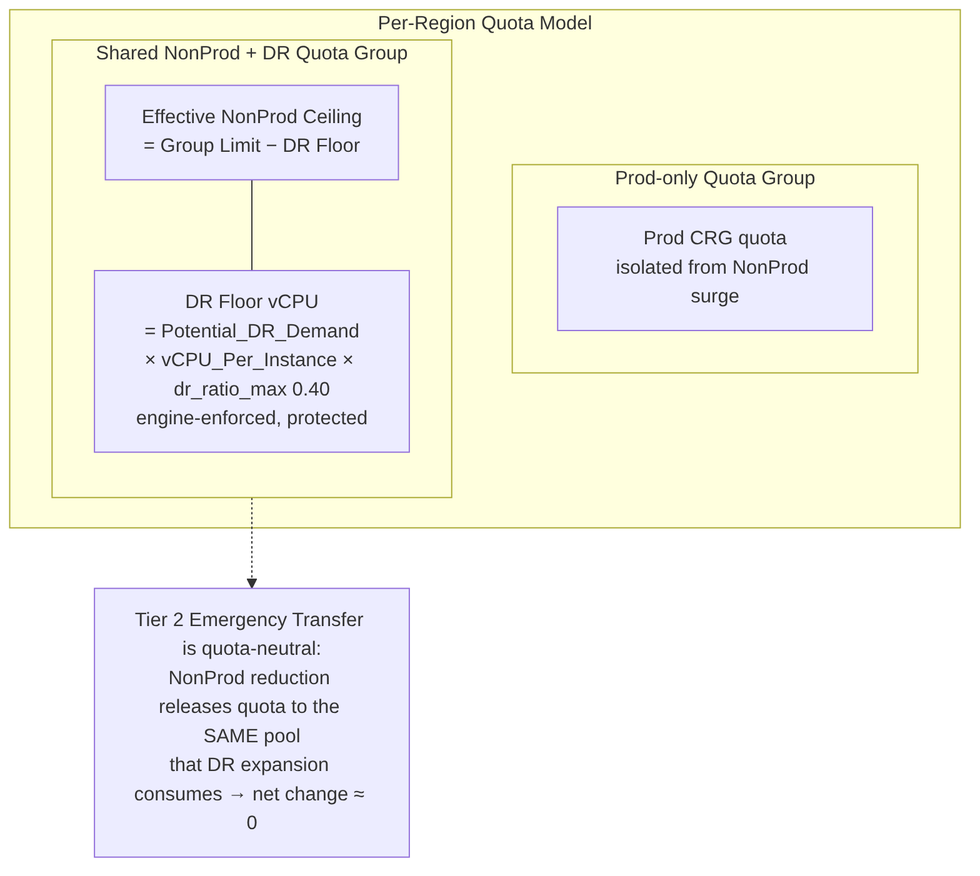
Before: docs/adr/diagrams/adr002_quota_groups.png, a diagram exported from Mermaid (vishnu4573/acrme-capacity-reservation). Its source is kept beside it as docs/adr/diagrams/adr002_quota_groups.mmd.
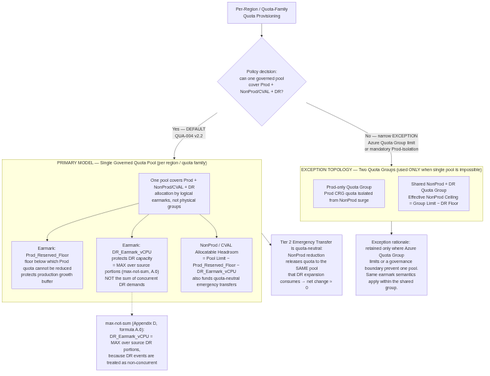
The same file after the commit.

Diff of the diagram source:
```diff
@@ -1,15 +1,28 @@
 flowchart TD
-    subgraph REGION[Per-Region Quota Model]
+    START[Per-Region / Quota-Family<br/>Quota Provisioning] --> DECIDE{Policy decision:<br/>can one governed pool<br/>cover Prod + NonProd/CVAL + DR?}
+
+    DECIDE -->|Yes — DEFAULT<br/>QUA-004 v2.2| PRIMARY
+    DECIDE -->|No — narrow EXCEPTION<br/>Azure Quota Group limit<br/>or mandatory Prod-isolation| EXC
+
+    subgraph PRIMARY["PRIMARY MODEL — Single Governed Quota Pool (per region / quota family)"]
       direction TB
-      subgraph PG[Prod-only Quota Group]
-        P1[Prod CRG quota<br/>isolated from NonProd surge]
-      end
-      subgraph NG["Shared NonProd + DR Quota Group"]
-        direction TB
-        CEIL[Effective NonProd Ceiling<br/>= Group Limit − DR Floor]
-        FLOOR["DR Floor vCPU<br/>= Potential_DR_Demand<br/>× vCPU_Per_Instance × dr_ratio_max 0.40<br/>engine-enforced, protected"]
-        CEIL --- FLOOR
-      end
+      POOL["One pool covers Prod + NonProd/CVAL + DR<br/>allocation by logical earmarks, not physical groups"]
+      PF["Earmark: Prod_Reserved_Floor<br/>floor below which Prod quota cannot be reduced<br/>protects production growth buffer"]
+      DE["Earmark: DR_Earmark_vCPU<br/>protects DR capacity<br/>= MAX over source portions (max-not-sum, A.6)<br/>NOT the sum of concurrent DR demands"]
+      ALLOC["NonProd / CVAL Allocatable Headroom<br/>= Pool Limit − Prod_Reserved_Floor − DR_Earmark_vCPU<br/>also funds quota-neutral emergency transfers"]
+      POOL --> PF
+      POOL --> DE
+      POOL --> ALLOC
     end
-    NOTE["Tier 2 Emergency Transfer is quota-neutral:<br/>NonProd reduction releases quota to the SAME pool<br/>that DR expansion consumes → net change ≈ 0"]
-    NG -.-> NOTE
+
+    subgraph EXC["EXCEPTION TOPOLOGY — Two Quota Groups (used ONLY when single pool is impossible)"]
+      direction TB
+      PG["Prod-only Quota Group<br/>Prod CRG quota isolated from NonProd surge"]
+      NG["Shared NonProd + DR Quota Group<br/>Effective NonProd Ceiling = Group Limit − DR Floor"]
+    end
+
+    PRIMARY --> NEUTRAL["Tier 2 Emergency Transfer is quota-neutral:<br/>NonProd reduction releases quota to the SAME pool<br/>that DR expansion consumes → net change ≈ 0"]
+    EXC --> EXCNOTE["Exception rationale: retained only where Azure Quota Group<br/>limits or a governance boundary prevent one pool.<br/>Same earmark semantics apply within the shared group."]
+
+    MAXNOTE["max-not-sum (Appendix D, formula A.6):<br/>DR_Earmark_vCPU = MAX over source DR portions,<br/>because DR events are treated as non-concurrent"]
+    DE -.-> MAXNOTE
```
